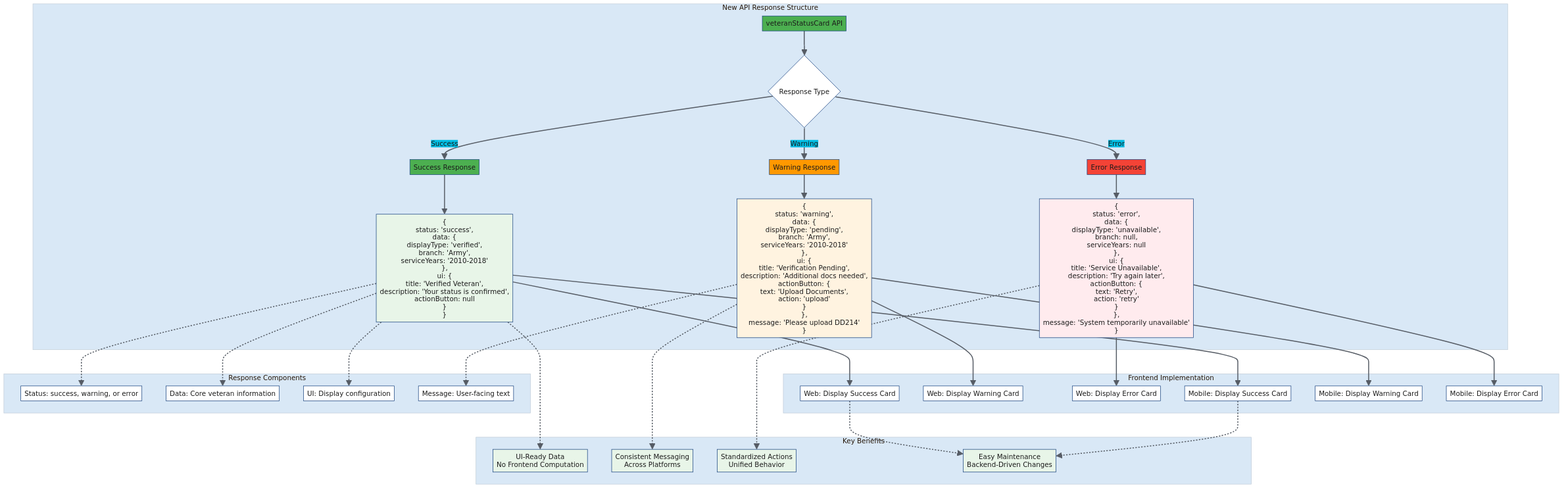
This is mermaid/projects/vsc-api-refactor/api-response-structure.png from department-of-veterans-affairs/va-mobile-feature-support, a Mermaid export, as it was before one commit. Its source is kept beside it as mermaid/projects/vsc-api-refactor/api-response-structure.mmd. Its diagram source:
```mermaid
graph TD
    subgraph "New API Response Structure"
        API[veteranStatusCard API] --> RESPONSE{Response Type}

        RESPONSE -->|Success| SUCCESS[Success Response]
        RESPONSE -->|Warning| WARNING[Warning Response]
        RESPONSE -->|Error| ERROR[Error Response]

        SUCCESS --> SUCCESS_STRUCT["{<br/>  status: 'success',<br/>  data: {<br/>    displayType: 'verified',<br/>    branch: 'Army',<br/>    serviceYears: '2010-2018'<br/>  },<br/>  ui: {<br/>    title: 'Verified Veteran',<br/>    description: 'Your status is confirmed',<br/>    actionButton: null<br/>  }<br/>}"]

        WARNING --> WARNING_STRUCT["{<br/>  status: 'warning',<br/>  data: {<br/>    displayType: 'pending',<br/>    branch: 'Army',<br/>    serviceYears: '2010-2018'<br/>  },<br/>  ui: {<br/>    title: 'Verification Pending',<br/>    description: 'Additional docs needed',<br/>    actionButton: {<br/>      text: 'Upload Documents',<br/>      action: 'upload'<br/>    }<br/>  },<br/>  message: 'Please upload DD214'<br/>}"]

        ERROR --> ERROR_STRUCT["{<br/>  status: 'error',<br/>  data: {<br/>    displayType: 'unavailable',<br/>    branch: null,<br/>    serviceYears: null<br/>  },<br/>  ui: {<br/>    title: 'Service Unavailable',<br/>    description: 'Try again later',<br/>    actionButton: {<br/>      text: 'Retry',<br/>      action: 'retry'<br/>    }<br/>  },<br/>  message: 'System temporarily unavailable'<br/>}"]
    end

    subgraph "Frontend Implementation"
        SUCCESS_STRUCT --> WEB_SUCCESS[Web: Display Success Card]
        WARNING_STRUCT --> WEB_WARNING[Web: Display Warning Card]
        ERROR_STRUCT --> WEB_ERROR[Web: Display Error Card]

        SUCCESS_STRUCT --> MOBILE_SUCCESS[Mobile: Display Success Card]
        WARNING_STRUCT --> MOBILE_WARNING[Mobile: Display Warning Card]
        ERROR_STRUCT --> MOBILE_ERROR[Mobile: Display Error Card]
    end

    subgraph "Key Benefits"
        BENEFIT1[UI-Ready Data<br/>No Frontend Computation]
        BENEFIT2[Consistent Messaging<br/>Across Platforms]
        BENEFIT3[Standardized Actions<br/>Unified Behavior]
        BENEFIT4[Easy Maintenance<br/>Backend-Driven Changes]
    end

    subgraph "Response Components"
        COMP1[Status: success, warning, or error]
        COMP2[Data: Core veteran information]
        COMP3[UI: Display configuration]
        COMP4[Message: User-facing text]
    end

    SUCCESS_STRUCT -.-> BENEFIT1
    WARNING_STRUCT -.-> BENEFIT2
    ERROR_STRUCT -.-> BENEFIT3
    WEB_SUCCESS -.-> BENEFIT4
    MOBILE_SUCCESS -.-> BENEFIT4

    SUCCESS_STRUCT -.-> COMP1
    SUCCESS_STRUCT -.-> COMP2
    SUCCESS_STRUCT -.-> COMP3
    WARNING_STRUCT -.-> COMP4

    style API fill:#4caf50
    style SUCCESS fill:#4caf50
    style WARNING fill:#ff9800
    style ERROR fill:#f44336
    style SUCCESS_STRUCT fill:#e8f5e8
    style WARNING_STRUCT fill:#fff3e0
    style ERROR_STRUCT fill:#ffebee
    style BENEFIT1 fill:#e8f5e8
    style BENEFIT2 fill:#e8f5e8
    style BENEFIT3 fill:#e8f5e8
    style BENEFIT4 fill:#e8f5e8
```
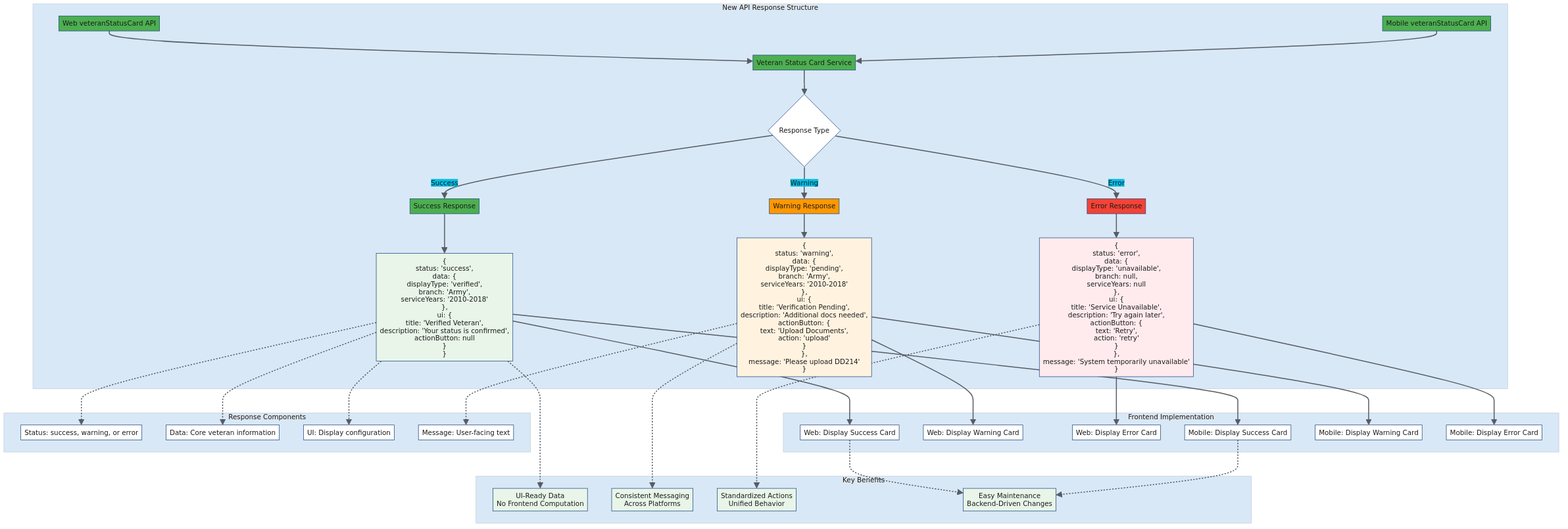
The same diagram one commit later.

Commit message:
Tweak the diagramming // structure a lil

What changed in the source:
```diff
@@ -1,6 +1,8 @@
 graph TD
     subgraph "New API Response Structure"
-        API[veteranStatusCard API] --> RESPONSE{Response Type}
+        WEB_API[Web veteranStatusCard API] --> VSC_SERVICE[Veteran Status Card Service]
+        MOBILE_API[Mobile veteranStatusCard API] --> VSC_SERVICE
+        VSC_SERVICE --> RESPONSE{Response Type}
 
         RESPONSE -->|Success| SUCCESS[Success Response]
         RESPONSE -->|Warning| WARNING[Warning Response]
@@ -48,7 +50,9 @@
     SUCCESS_STRUCT -.-> COMP3
     WARNING_STRUCT -.-> COMP4
 
-    style API fill:#4caf50
+    style WEB_API fill:#4caf50
+    style MOBILE_API fill:#4caf50
+    style VSC_SERVICE fill:#4caf50
     style SUCCESS fill:#4caf50
     style WARNING fill:#ff9800
     style ERROR fill:#f44336
```
